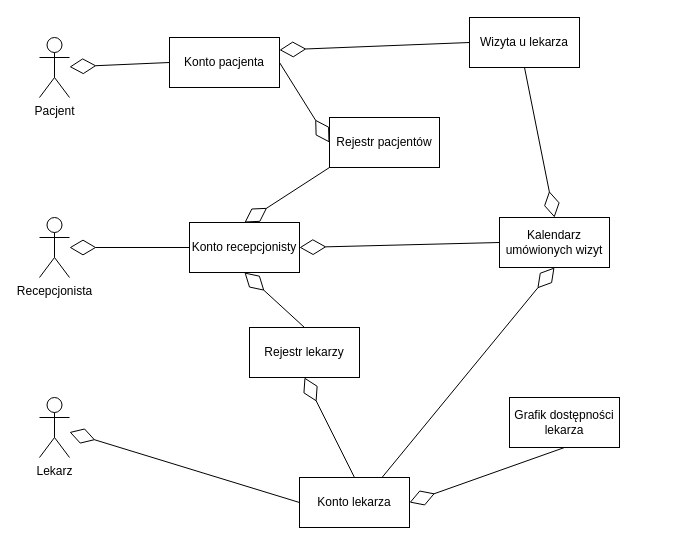
Before: Diagram modeli.drawio in oputyk/wit-computer-science-engineering-thesis, a draw.io diagram. Source tidied: cells renumbered, new cells numbered last; positions are measured from the earlier drawing's top-left corner, leaving out a move shared by most shapes. Both pictures are drawn from the tidied source at 100%, with x=0, y=0 at pixel (39, 17).
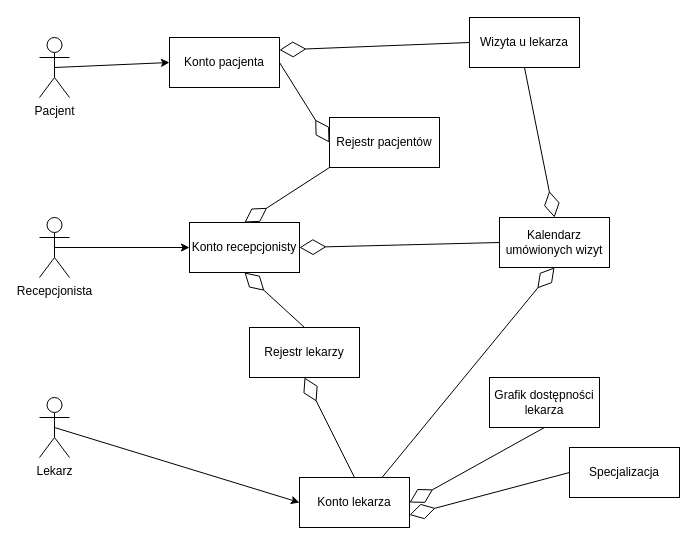
After the change.

Commit message (it also covers changes not shown here):
Diagram klas - in progress

The change refers to these unchanged cells:
```xml
<mxCell id="2" value="Recepcjonista" style="shape=umlActor;verticalLabelPosition=bottom;verticalAlign=top;html=1;" parent="1" vertex="1">
  <mxGeometry y="200" width="30" height="60" as="geometry" />
</mxCell>
<mxCell id="3" value="Pacjent" style="shape=umlActor;verticalLabelPosition=bottom;verticalAlign=top;html=1;" parent="1" vertex="1">
  <mxGeometry y="20" width="30" height="60" as="geometry" />
</mxCell>
<mxCell id="4" value="Lekarz" style="shape=umlActor;verticalLabelPosition=bottom;verticalAlign=top;html=1;" parent="1" vertex="1">
  <mxGeometry y="380" width="30" height="60" as="geometry" />
</mxCell>
<mxCell id="10" value="Konto pacjenta" style="html=1;whiteSpace=wrap;" parent="1" vertex="1">
  <mxGeometry x="130" y="20" width="110" height="50" as="geometry" />
</mxCell>
<mxCell id="11" value="Konto recepcjonisty" style="html=1;whiteSpace=wrap;" parent="1" vertex="1">
  <mxGeometry x="150" y="205" width="110" height="50" as="geometry" />
</mxCell>
<mxCell id="12" value="Konto lekarza" style="html=1;whiteSpace=wrap;" parent="1" vertex="1">
  <mxGeometry x="260" y="460" width="110" height="50" as="geometry" />
</mxCell>
```

Change to the diagram source:
```diff
@@
     <mxCell id="7" value="Grafik dostępności lekarza" style="html=1;whiteSpace=wrap;" parent="1" vertex="1">
-      <mxGeometry x="470" y="380" width="110" height="50" as="geometry" />
+      <mxGeometry x="450" y="360" width="110" height="50" as="geometry" />
     </mxCell>
@@
-    <mxCell id="13" style="endArrow=diamondThin;endFill=0;endSize=24;html=1;rounded=0;exitX=0;exitY=0.5;exitDx=0;exitDy=0;" parent="1" edge="1" source="11" target="2">
-      <mxGeometry relative="1" as="geometry" />
-    </mxCell>
-    <mxCell id="14" style="endArrow=diamondThin;endFill=0;endSize=24;html=1;rounded=0;exitX=0;exitY=0.5;exitDx=0;exitDy=0;" parent="1" edge="1" source="12" target="4">
-      <mxGeometry relative="1" as="geometry" />
-    </mxCell>
-    <mxCell id="15" style="endArrow=diamondThin;endFill=0;endSize=24;html=1;rounded=0;exitX=0;exitY=0.5;exitDx=0;exitDy=0;" parent="1" edge="1" source="10" target="3">
-      <mxGeometry relative="1" as="geometry" />
-    </mxCell>
@@
+    <mxCell id="25" style="endArrow=classic;html=1;rounded=0;exitX=0.5;exitY=0.5;exitDx=0;exitDy=0;exitPerimeter=0;entryX=0;entryY=0.5;entryDx=0;entryDy=0;" parent="1" edge="1" source="4" target="12">
+      <mxGeometry relative="1" as="geometry" />
+    </mxCell>
+    <mxCell id="26" style="endArrow=classic;html=1;rounded=0;exitX=0.5;exitY=0.5;exitDx=0;exitDy=0;exitPerimeter=0;entryX=0;entryY=0.5;entryDx=0;entryDy=0;" parent="1" edge="1" source="2" target="11">
+      <mxGeometry relative="1" as="geometry" />
+    </mxCell>
+    <mxCell id="27" style="endArrow=classic;html=1;rounded=0;exitX=0.5;exitY=0.5;exitDx=0;exitDy=0;exitPerimeter=0;entryX=0;entryY=0.5;entryDx=0;entryDy=0;" parent="1" edge="1" source="3" target="10">
+      <mxGeometry relative="1" as="geometry" />
+    </mxCell>
+    <mxCell id="28" value="Specjalizacja" style="html=1;whiteSpace=wrap;" parent="1" vertex="1">
+      <mxGeometry x="530" y="430" width="110" height="50" as="geometry" />
+    </mxCell>
+    <mxCell id="29" style="endArrow=diamondThin;endFill=0;endSize=24;html=1;rounded=0;exitX=0;exitY=0.5;exitDx=0;exitDy=0;entryX=1;entryY=0.75;entryDx=0;entryDy=0;" parent="1" edge="1" source="28" target="12">
+      <mxGeometry relative="1" as="geometry" />
+    </mxCell>
```
